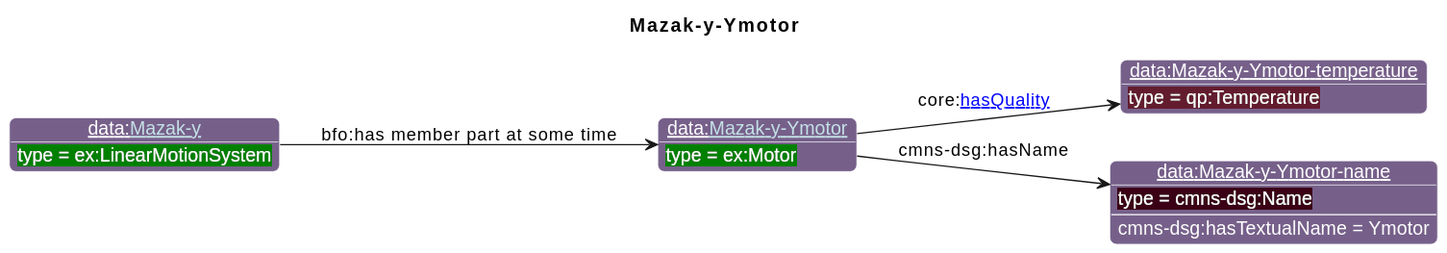
Above: diagrams/Mazak-y-Ymotor.svg in iofoundry/example-syseng-mtconnect (PlantUML), before the change.
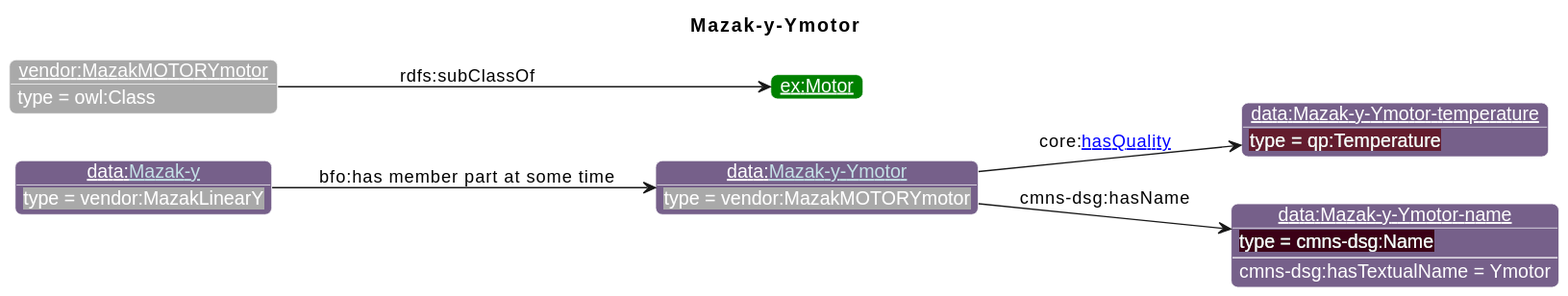
Later version of the same file.

What changed in the source:
```diff
@@ -19,12 +19,15 @@
                       "ns1":"76608A",
 "ex":"Green","data":"76608A","core":"000000","units":"8A2D3B","qp":"641B2E","cmns-dsg":"3A0519"
 }
-individual(o1, data:[[./Mazak-y-Ymotor.html Mazak-y-Ymotor]], ex:Motor)
+individual(o1, data:[[./Mazak-y-Ymotor.html Mazak-y-Ymotor]], vendor:MazakMOTORYmotor)
 individual(o2, data:Mazak-y-Ymotor-temperature, qp:Temperature)
-individual(o3, data:Mazak-y-Ymotor-name, cmns-dsg:Name)
-individual(o4, data:[[./Mazak-y.html Mazak-y]], ex:LinearMotionSystem)
+individual(o3, vendor:MazakMOTORYmotor, owl:Class)
+individual(o4, ex:Motor)
+individual(o5, data:Mazak-y-Ymotor-name, cmns-dsg:Name)
+individual(o6, data:[[./Mazak-y.html Mazak-y]], vendor:MazakLinearY)
 property(o1, core:[[https://spec.industrialontologies.org/ontology/core/Core/hasQuality hasQuality]], o2)
-property(o1, cmns-dsg:hasName, o3)
-data(o3, cmns-dsg:hasTextualName, Ymotor)
-property(o4, "bfo:has member part at some time", o1)
+property(o3, rdfs:subClassOf, o4)
+property(o1, cmns-dsg:hasName, o5)
+data(o5, cmns-dsg:hasTextualName, Ymotor)
+property(o6, "bfo:has member part at some time", o1)
 @enduml
```
